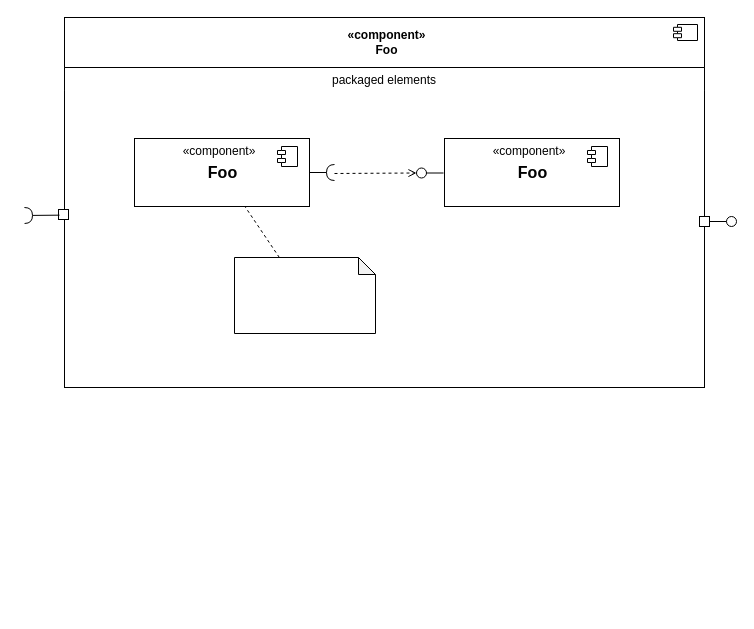
This is docs/component-diagram-overview.drawio from experimental-software/drawing-uml, a draw.io file, before an edit. Source tidied: cells renumbered, new cells numbered last; positions are measured from the earlier drawing's top-left corner, leaving out a move shared by most shapes. Both pictures are drawn from the tidied source at 100%, with x=0, y=0 at pixel (24, 17).
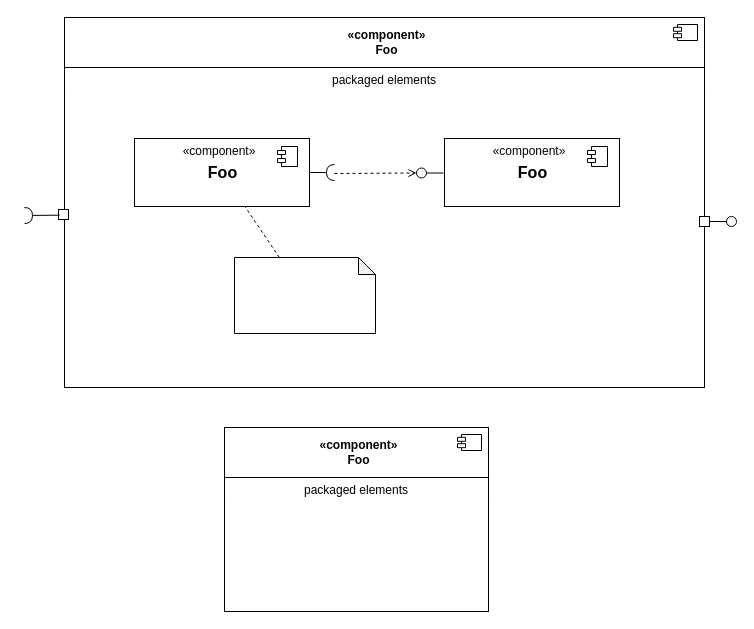
After the change.

Commit message (it also covers changes not shown here):
Allow drawing inside component

Diff of the diagram source:
```diff
@@
+    <mxCell id="25" style="fontStyle=1;align=right;verticalAlign=top;horizontal=1;" parent="1" vertex="1">
+      <mxGeometry x="200" y="410" width="264" height="184" as="geometry" />
+    </mxCell>
+    <mxCell id="26" value="«component»&lt;br&gt;Foo" style="html=1;align=center;spacingLeft=4;verticalAlign=middle;strokeColor=none;fillColor=none;fontStyle=1;" parent="25" vertex="1">
+      <mxGeometry width="264" height="50" as="geometry" />
+    </mxCell>
+    <mxCell id="27" style="shape=component;jettyWidth=8;jettyHeight=4;fontSize=12;fillColor=default;strokeColor=default;" parent="26" vertex="1">
+      <mxGeometry x="1" width="24" height="16" relative="1" as="geometry">
+        <mxPoint x="-31" y="7" as="offset" />
+      </mxGeometry>
+    </mxCell>
+    <mxCell id="28" value="packaged elements" style="swimlane;swimlaneBody=1;swimlaneHead=1;horizontal=1;swimlaneLine=0;fontStyle=0;" parent="25" vertex="1">
+      <mxGeometry y="50" width="264" height="134" as="geometry" />
+    </mxCell>
```
